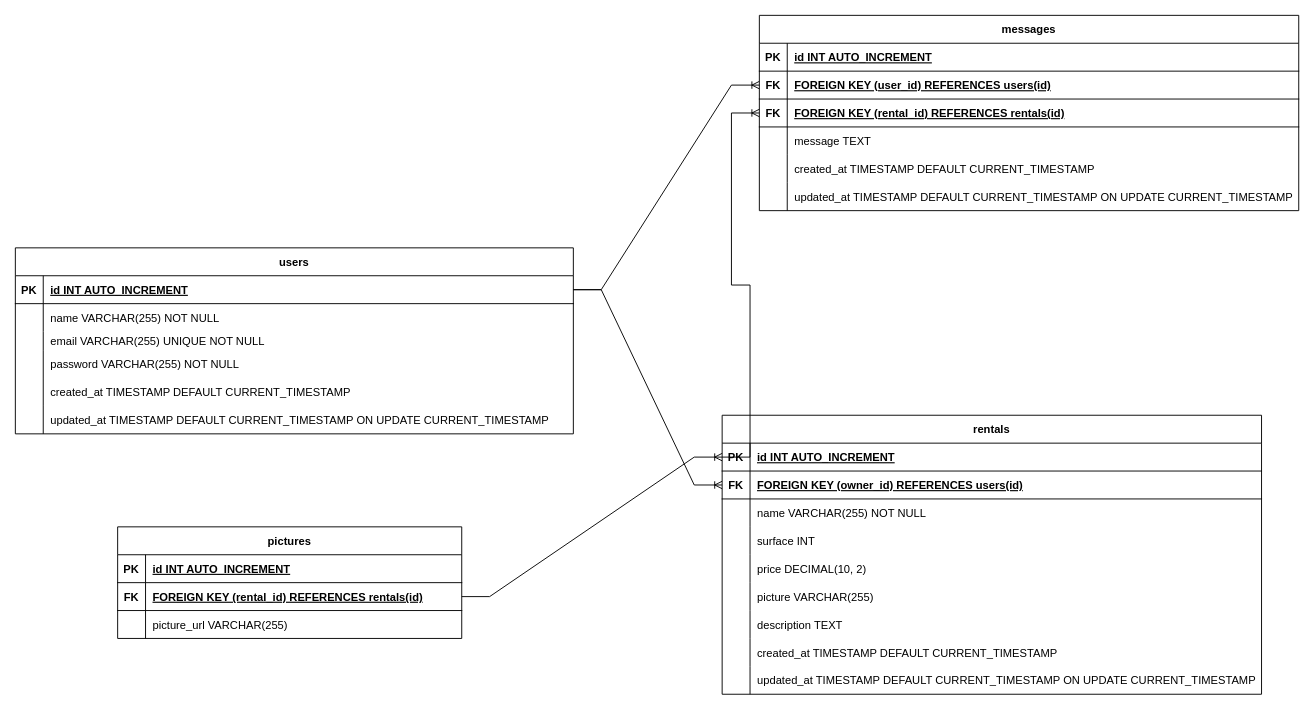
The draw.io diagram P3 table relationships.drawio in LePhenix47/Lahouiti_Younes_P3_05112023, before the edit. Source tidied: cells renumbered, new cells numbered last; positions are measured from the earlier drawing's top-left corner, leaving out a move shared by most shapes. Both pictures are drawn from the tidied source at 93%, with x=0, y=0 at pixel (15, 15).
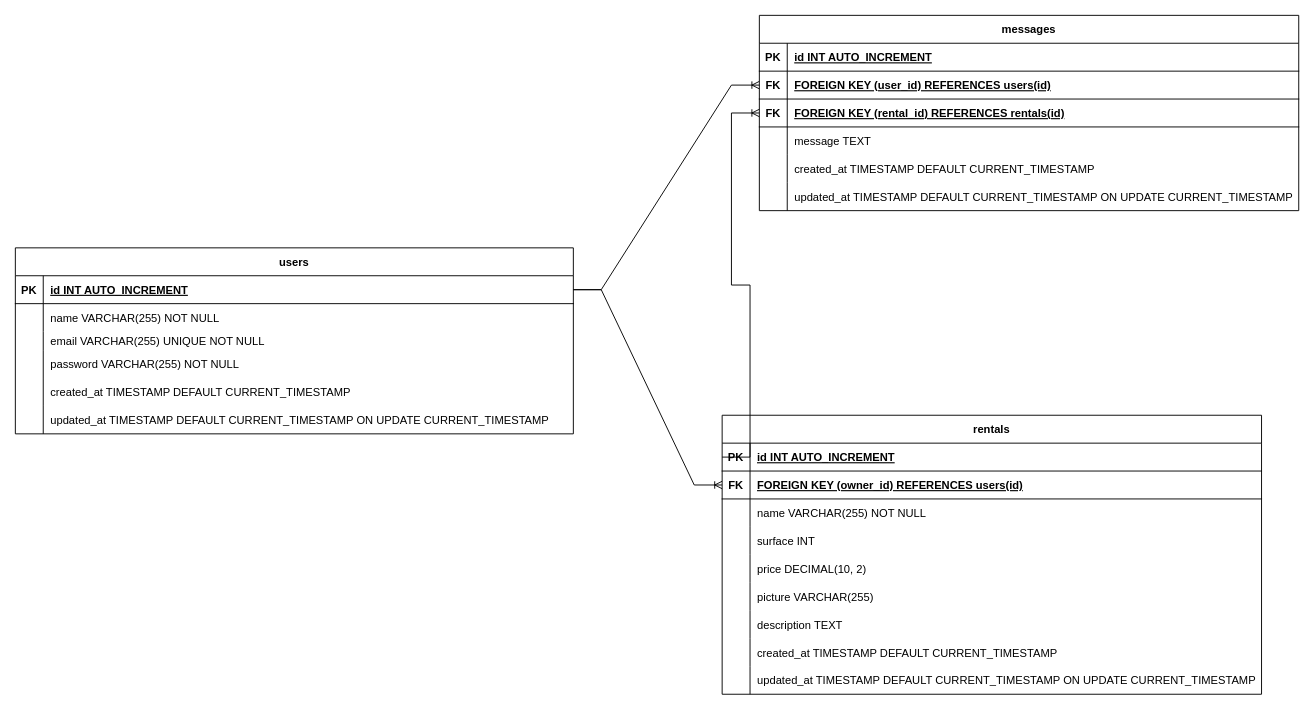
The same diagram, later.

Commit message:
Reverted back the changes made on the table relationships chart

Unchanged cells that the change refers to:
```xml
<mxCell id="23" value="PK" style="shape=partialRectangle;overflow=hidden;fillColor=none;strokeColor=inherit;top=0;left=0;bottom=0;right=0;fontStyle=1;" parent="22" vertex="1">
  <mxGeometry width="30" height="30" as="geometry" />
</mxCell>
```

The edit, as a diff of the source:
```diff
@@
-    <mxCell id="71" value="pictures" style="shape=table;startSize=30;childLayout=tableLayout;rowLines=0;fontStyle=1;align=center;" parent="1" vertex="1">
-      <mxGeometry x="110" y="550" width="370" height="120" as="geometry" />
-    </mxCell>
-    <mxCell id="72" style="shape=tableRow;horizontal=0;startSize=0;swimlaneHead=0;swimlaneBody=0;fillColor=none;strokeColor=inherit;top=0;left=0;right=0;bottom=1;" parent="71" vertex="1">
-      <mxGeometry y="30" width="370" height="30" as="geometry" />
-    </mxCell>
-    <mxCell id="73" value="PK" style="shape=partialRectangle;overflow=hidden;fillColor=none;strokeColor=inherit;top=0;left=0;bottom=0;right=0;fontStyle=1;" parent="72" vertex="1">
-      <mxGeometry width="30" height="30" as="geometry" />
-    </mxCell>
-    <mxCell id="74" value="id INT AUTO_INCREMENT " style="shape=partialRectangle;overflow=hidden;fillColor=none;align=left;strokeColor=inherit;top=0;left=0;bottom=0;right=0;spacingLeft=6;fontStyle=5;" parent="72" vertex="1">
-      <mxGeometry x="30" width="340" height="30" as="geometry" />
-    </mxCell>
-    <mxCell id="75" style="shape=tableRow;horizontal=0;startSize=0;swimlaneHead=0;swimlaneBody=0;fillColor=none;points=[[0,0.5],[1,0.5]];portConstraint=eastwest;strokeColor=inherit;top=0;left=0;right=0;bottom=1;" parent="71" vertex="1">
-      <mxGeometry y="60" width="370" height="30" as="geometry" />
-    </mxCell>
-    <mxCell id="76" value="FK" style="shape=partialRectangle;overflow=hidden;fillColor=none;strokeColor=inherit;top=0;left=0;bottom=0;right=0;fontStyle=1;align=center;" parent="75" vertex="1">
-      <mxGeometry width="30" height="30" as="geometry" />
-    </mxCell>
-    <mxCell id="77" value="FOREIGN KEY (rental_id) REFERENCES rentals(id)" style="shape=partialRectangle;overflow=hidden;fillColor=none;align=left;strokeColor=inherit;top=0;left=0;bottom=0;right=0;spacingLeft=6;fontStyle=5;" parent="75" vertex="1">
-      <mxGeometry x="30" width="340" height="30" as="geometry" />
-    </mxCell>
-    <mxCell id="78" style="shape=tableRow;horizontal=0;startSize=0;swimlaneHead=0;swimlaneBody=0;fillColor=none;strokeColor=inherit;top=0;left=0;right=0;bottom=0;" parent="71" vertex="1">
-      <mxGeometry y="90" width="370" height="30" as="geometry" />
-    </mxCell>
-    <mxCell id="79" style="shape=partialRectangle;overflow=hidden;fillColor=none;strokeColor=inherit;top=0;left=0;bottom=0;right=0;" parent="78" vertex="1">
-      <mxGeometry width="30" height="30" as="geometry" />
-    </mxCell>
-    <mxCell id="80" value="picture_url VARCHAR(255)" style="shape=partialRectangle;overflow=hidden;fillColor=none;align=left;strokeColor=inherit;top=0;left=0;bottom=0;right=0;spacingLeft=6;" parent="78" vertex="1">
-      <mxGeometry x="30" width="340" height="30" as="geometry" />
-    </mxCell>
-    <mxCell id="81" style="edgeStyle=entityRelationEdgeStyle;fontSize=12;html=1;endArrow=ERoneToMany;rounded=0;exitX=1;exitY=0.5;exitDx=0;exitDy=0;entryX=0;entryY=0.5;entryDx=0;entryDy=0;" parent="1" edge="1" source="75" target="23">
-      <mxGeometry relative="1" as="geometry">
-        <Array as="points">
-          <mxPoint x="260" y="1797" />
-        </Array>
-      </mxGeometry>
-    </mxCell>
```
